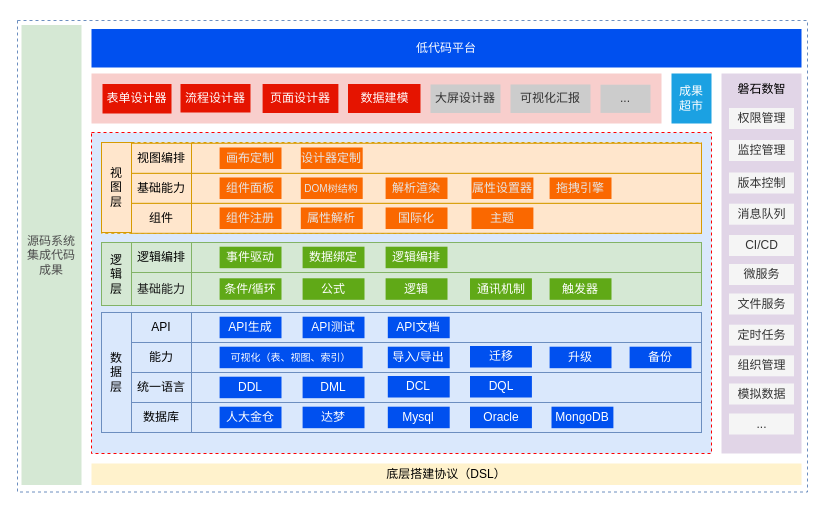
Above: 低代码—泳道图—研究内容.drawio in tangyaosimida/love (draw.io), before the change. Source tidied: cells renumbered, new cells numbered last; positions are measured from the earlier drawing's top-left corner, leaving out a move shared by most shapes. Both pictures are drawn from the tidied source at 100%, with x=0, y=0 at pixel (17, 20).
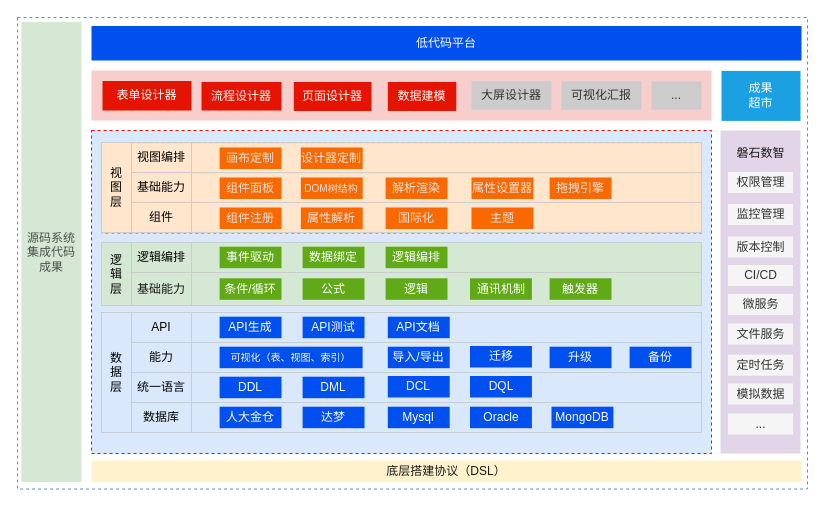
After the change.

Commit message (it also covers changes not shown here):
更新低代码—泳道图—研究内容.drawio

Diff of the diagram source:
```diff
@@
     <mxCell id="2" style="rounded=0;whiteSpace=wrap;html=1;dashed=1;fillColor=none;strokeColor=#6c8ebf;strokeWidth=1;" parent="1" vertex="1">
-      <mxGeometry width="790" height="471.5" as="geometry" />
+      <mxGeometry y="-3" width="790" height="471.5" as="geometry" />
     </mxCell>
     <mxCell id="3" style="rounded=0;whiteSpace=wrap;html=1;fillColor=#dae8fc;strokeColor=#FF0000;dashed=1;strokeWidth=1;" parent="1" vertex="1">
-      <mxGeometry x="74" y="112" width="620" height="321" as="geometry" />
+      <mxGeometry x="74" y="110" width="620" height="323" as="geometry" />
     </mxCell>
     <mxCell id="4" style="rounded=0;whiteSpace=wrap;html=1;fillColor=#f8cecc;strokeColor=none;" parent="1" vertex="1">
-      <mxGeometry x="74" y="53" width="570" height="50" as="geometry" />
+      <mxGeometry x="74" y="50" width="620" height="50" as="geometry" />
     </mxCell>
     <mxCell id="5" style="rounded=0;whiteSpace=wrap;html=1;strokeWidth=1;strokeColor=none;fillColor=#e1d5e7;" parent="1" vertex="1">
-      <mxGeometry x="704" y="53" width="80" height="380" as="geometry" />
+      <mxGeometry x="703" y="110" width="80" height="323" as="geometry" />
     </mxCell>
     <mxCell id="6" value="低代码平台" style="rounded=0;whiteSpace=wrap;html=1;fillColor=#0050ef;fontColor=#ffffff;strokeColor=none;" parent="1" vertex="1">
-      <mxGeometry x="74" y="8.5" width="710" height="38.5" as="geometry" />
+      <mxGeometry x="74" y="5.5" width="710" height="34.5" as="geometry" />
     </mxCell>
-    <mxCell id="7" value="底层搭建协议（DSL）" style="rounded=0;whiteSpace=wrap;html=1;fillColor=#fff2cc;strokeColor=none;" parent="1" vertex="1">
-      <mxGeometry x="74" y="443" width="710" height="21.5" as="geometry" />
+    <mxCell id="7" value="&lt;font color=&quot;#1a1a1a&quot;&gt;底层搭建协议（DSL）&lt;/font&gt;" style="rounded=0;whiteSpace=wrap;html=1;fillColor=#fff2cc;strokeColor=none;" parent="1" vertex="1">
+      <mxGeometry x="74" y="440" width="710" height="21.5" as="geometry" />
     </mxCell>
     <mxCell id="8" value="成果&lt;div&gt;超市&lt;/div&gt;" style="rounded=0;whiteSpace=wrap;html=1;fillColor=#1ba1e2;strokeColor=none;fontColor=#ffffff;dashed=1;strokeWidth=2;" parent="1" vertex="1">
-      <mxGeometry x="654" y="53" width="40" height="50" as="geometry" />
+      <mxGeometry x="704" y="50.4" width="79" height="50" as="geometry" />
     </mxCell>
     <mxCell id="9" value="大屏设计器" style="rounded=0;whiteSpace=wrap;html=1;fillColor=#CCCCCC;fontColor=#333333;strokeColor=none;" parent="1" vertex="1">
-      <mxGeometry x="413" y="64" width="70" height="28.5" as="geometry" />
+      <mxGeometry x="454" y="60.8" width="80" height="28.5" as="geometry" />
     </mxCell>
-    <mxCell id="10" value="磐石数智" style="text;html=1;align=center;verticalAlign=middle;whiteSpace=wrap;rounded=0;" parent="1" vertex="1">
-      <mxGeometry x="711.5" y="59.5" width="65" height="18.5" as="geometry" />
+    <mxCell id="10" value="&lt;font color=&quot;#1a1a1a&quot;&gt;磐石数智&lt;/font&gt;" style="text;html=1;align=center;verticalAlign=middle;whiteSpace=wrap;rounded=0;" parent="1" vertex="1">
+      <mxGeometry x="710.5" y="123.5" width="65" height="18.5" as="geometry" />
     </mxCell>
@@
     <mxCell id="14" value="数据建模" style="rounded=0;whiteSpace=wrap;html=1;fillColor=#e51400;fontColor=#ffffff;strokeColor=none;" parent="1" vertex="1">
-      <mxGeometry x="330.5" y="63.5" width="72.5" height="29" as="geometry" />
+      <mxGeometry x="370.3" y="61.5" width="68.5" height="29" as="geometry" />
     </mxCell>
     <mxCell id="15" value="可视化汇报" style="rounded=0;whiteSpace=wrap;html=1;fillColor=#CCCCCC;fontColor=#333333;strokeColor=none;" parent="1" vertex="1">
-      <mxGeometry x="493" y="64" width="80" height="28.5" as="geometry" />
+      <mxGeometry x="544" y="60.8" width="80" height="28.5" as="geometry" />
     </mxCell>
     <mxCell id="16" value="表单设计器" style="rounded=0;whiteSpace=wrap;html=1;fillColor=#e51400;fontColor=#ffffff;strokeColor=none;" parent="1" vertex="1">
-      <mxGeometry x="85" y="63.5" width="69" height="29.5" as="geometry" />
+      <mxGeometry x="85" y="60.5" width="89" height="29.5" as="geometry" />
     </mxCell>
     <mxCell id="17" value="流程设计器" style="rounded=0;whiteSpace=wrap;html=1;fillColor=#e51400;fontColor=#ffffff;strokeColor=none;" parent="1" vertex="1">
-      <mxGeometry x="163" y="63.5" width="70" height="28.5" as="geometry" />
+      <mxGeometry x="184" y="61.5" width="80" height="28.5" as="geometry" />
     </mxCell>
     <mxCell id="18" value="页面设计器" style="rounded=0;whiteSpace=wrap;html=1;fillColor=#e51400;fontColor=#ffffff;strokeColor=none;" parent="1" vertex="1">
-      <mxGeometry x="245.1" y="63.5" width="75.8" height="29" as="geometry" />
+      <mxGeometry x="276.3" y="61.5" width="77.7" height="29" as="geometry" />
     </mxCell>
     <mxCell id="19" value="&lt;font color=&quot;#4d4d4d&quot;&gt;源码系统集成代码成果&lt;/font&gt;" style="rounded=0;whiteSpace=wrap;html=1;fillColor=#d5e8d4;strokeColor=none;dashed=1;strokeWidth=2;" parent="1" vertex="1">
-      <mxGeometry x="4" y="4.5" width="60" height="460" as="geometry" />
+      <mxGeometry x="4" y="1.5" width="60" height="460" as="geometry" />
     </mxCell>
     <mxCell id="20" value="权限管理" style="rounded=0;whiteSpace=wrap;html=1;strokeColor=none;fillColor=#f5f5f5;fontColor=#333333;" parent="1" vertex="1">
-      <mxGeometry x="711.5" y="87.5" width="65" height="21" as="geometry" />
+      <mxGeometry x="710.5" y="151.5" width="65" height="21" as="geometry" />
     </mxCell>
     <mxCell id="21" value="监控管理" style="rounded=0;whiteSpace=wrap;html=1;strokeColor=none;fillColor=#f5f5f5;fontColor=#333333;" parent="1" vertex="1">
-      <mxGeometry x="711.5" y="119.5" width="65" height="21" as="geometry" />
+      <mxGeometry x="710.5" y="183.5" width="65" height="21" as="geometry" />
     </mxCell>
     <mxCell id="22" value="版本控制" style="rounded=0;whiteSpace=wrap;html=1;strokeColor=none;fillColor=#f5f5f5;fontColor=#333333;" parent="1" vertex="1">
-      <mxGeometry x="711.5" y="152" width="65" height="21" as="geometry" />
+      <mxGeometry x="710.5" y="216" width="65" height="21" as="geometry" />
     </mxCell>
-    <mxCell id="23" value="消息队列" style="rounded=0;whiteSpace=wrap;html=1;strokeColor=none;fillColor=#f5f5f5;fontColor=#333333;" parent="1" vertex="1">
-      <mxGeometry x="711.5" y="183.2" width="65" height="21" as="geometry" />
-    </mxCell>
     <mxCell id="24" value="CI/CD" style="rounded=0;whiteSpace=wrap;html=1;strokeColor=none;fillColor=#f5f5f5;fontColor=#333333;" parent="1" vertex="1">
-      <mxGeometry x="711.5" y="214.5" width="65" height="21" as="geometry" />
+      <mxGeometry x="710.5" y="244.5" width="65" height="21" as="geometry" />
     </mxCell>
     <mxCell id="25" value="微服务" style="rounded=0;whiteSpace=wrap;html=1;strokeColor=none;fillColor=#f5f5f5;fontColor=#333333;" parent="1" vertex="1">
-      <mxGeometry x="711.5" y="243.5" width="65" height="21" as="geometry" />
+      <mxGeometry x="710.5" y="273.5" width="65" height="21" as="geometry" />
     </mxCell>
     <mxCell id="26" value="文件服务" style="rounded=0;whiteSpace=wrap;html=1;strokeColor=none;fillColor=#f5f5f5;fontColor=#333333;" parent="1" vertex="1">
-      <mxGeometry x="711.5" y="273" width="65" height="21" as="geometry" />
+      <mxGeometry x="710.5" y="303" width="65" height="21" as="geometry" />
     </mxCell>
     <mxCell id="27" value="定时任务" style="rounded=0;whiteSpace=wrap;html=1;strokeColor=none;fillColor=#f5f5f5;fontColor=#333333;" parent="1" vertex="1">
-      <mxGeometry x="711.5" y="304.2" width="65" height="21" as="geometry" />
+      <mxGeometry x="710.5" y="334.2" width="65" height="21" as="geometry" />
     </mxCell>
-    <mxCell id="28" value="组织管理" style="rounded=0;whiteSpace=wrap;html=1;strokeColor=none;fillColor=#f5f5f5;fontColor=#333333;" parent="1" vertex="1">
-      <mxGeometry x="711.5" y="334.8" width="65" height="21" as="geometry" />
-    </mxCell>
     <mxCell id="29" value="模拟数据" style="rounded=0;whiteSpace=wrap;html=1;strokeColor=none;fillColor=#f5f5f5;fontColor=#333333;" parent="1" vertex="1">
-      <mxGeometry x="711.5" y="363" width="65" height="21" as="geometry" />
+      <mxGeometry x="710.5" y="363" width="65" height="21" as="geometry" />
     </mxCell>
     <mxCell id="30" value="..." style="rounded=0;whiteSpace=wrap;html=1;strokeColor=none;fillColor=#f5f5f5;fontColor=#333333;" parent="1" vertex="1">
-      <mxGeometry x="711.5" y="393" width="65" height="21" as="geometry" />
+      <mxGeometry x="710.5" y="393" width="65" height="21" as="geometry" />
     </mxCell>
-    <mxCell id="31" value="数&lt;div&gt;据&lt;/div&gt;&lt;div&gt;层&lt;/div&gt;" style="text;html=1;align=center;verticalAlign=middle;whiteSpace=wrap;rounded=0;fillColor=#dae8fc;strokeColor=#6c8ebf;" parent="1" vertex="1">
+    <mxCell id="31" value="数&lt;div&gt;据&lt;/div&gt;&lt;div&gt;层&lt;/div&gt;" style="text;html=1;align=center;verticalAlign=middle;whiteSpace=wrap;rounded=0;fillColor=#dae8fc;strokeColor=#CCCCCC;" parent="1" vertex="1">
       <mxGeometry x="84" y="292" width="30" height="120" as="geometry" />
     </mxCell>
     <mxCell id="32" value="..." style="rounded=0;whiteSpace=wrap;html=1;fillColor=#CCCCCC;fontColor=#333333;strokeColor=none;" parent="1" vertex="1">
-      <mxGeometry x="583" y="64.2" width="50" height="28.2" as="geometry" />
+      <mxGeometry x="634" y="60.9" width="50" height="28.2" as="geometry" />
     </mxCell>
-    <mxCell id="33" style="rounded=0;whiteSpace=wrap;html=1;fillColor=#dae8fc;strokeColor=#6c8ebf;" parent="1" vertex="1">
+    <mxCell id="33" style="rounded=0;whiteSpace=wrap;html=1;fillColor=#dae8fc;strokeColor=#CCCCCC;" parent="1" vertex="1">
       <mxGeometry x="174" y="322" width="510" height="30" as="geometry" />
     </mxCell>
-    <mxCell id="34" style="rounded=0;whiteSpace=wrap;html=1;fillColor=#dae8fc;strokeColor=#6c8ebf;" parent="1" vertex="1">
+    <mxCell id="34" style="rounded=0;whiteSpace=wrap;html=1;fillColor=#dae8fc;strokeColor=#CCCCCC;" parent="1" vertex="1">
       <mxGeometry x="174" y="352" width="510" height="30" as="geometry" />
     </mxCell>
-    <mxCell id="35" value="数据库" style="rounded=0;whiteSpace=wrap;html=1;fillColor=#dae8fc;strokeColor=#6c8ebf;" parent="1" vertex="1">
+    <mxCell id="35" value="数据库" style="rounded=0;whiteSpace=wrap;html=1;fillColor=#dae8fc;strokeColor=#CCCCCC;" parent="1" vertex="1">
       <mxGeometry x="114" y="382" width="60" height="30" as="geometry" />
     </mxCell>
-    <mxCell id="36" style="rounded=0;whiteSpace=wrap;html=1;fillColor=#dae8fc;strokeColor=#6c8ebf;" parent="1" vertex="1">
+    <mxCell id="36" style="rounded=0;whiteSpace=wrap;html=1;fillColor=#dae8fc;strokeColor=#CCCCCC;" parent="1" vertex="1">
       <mxGeometry x="174" y="292" width="510" height="30" as="geometry" />
     </mxCell>
-    <mxCell id="37" style="rounded=0;whiteSpace=wrap;html=1;fillColor=#dae8fc;strokeColor=#6c8ebf;" parent="1" vertex="1">
+    <mxCell id="37" style="rounded=0;whiteSpace=wrap;html=1;fillColor=#dae8fc;strokeColor=#CCCCCC;" parent="1" vertex="1">
       <mxGeometry x="174" y="382" width="510" height="30" as="geometry" />
     </mxCell>
-    <mxCell id="38" value="统一语言" style="rounded=0;whiteSpace=wrap;html=1;fillColor=#dae8fc;strokeColor=#6c8ebf;" parent="1" vertex="1">
+    <mxCell id="38" value="统一语言" style="rounded=0;whiteSpace=wrap;html=1;fillColor=#dae8fc;strokeColor=#CCCCCC;" parent="1" vertex="1">
       <mxGeometry x="114" y="352" width="60" height="30" as="geometry" />
     </mxCell>
-    <mxCell id="39" value="能力" style="rounded=0;whiteSpace=wrap;html=1;fillColor=#dae8fc;strokeColor=#6c8ebf;" parent="1" vertex="1">
+    <mxCell id="39" value="能力" style="rounded=0;whiteSpace=wrap;html=1;fillColor=#dae8fc;strokeColor=#CCCCCC;" parent="1" vertex="1">
       <mxGeometry x="114" y="322" width="60" height="30" as="geometry" />
     </mxCell>
-    <mxCell id="40" value="API" style="rounded=0;whiteSpace=wrap;html=1;fillColor=#dae8fc;strokeColor=#6c8ebf;" parent="1" vertex="1">
+    <mxCell id="40" value="API" style="rounded=0;whiteSpace=wrap;html=1;fillColor=#dae8fc;strokeColor=#CCCCCC;" parent="1" vertex="1">
       <mxGeometry x="114" y="292" width="60" height="30" as="geometry" />
     </mxCell>
@@
-    <mxCell id="58" value="逻&lt;div&gt;辑&lt;/div&gt;&lt;div&gt;层&lt;/div&gt;" style="text;html=1;align=center;verticalAlign=middle;whiteSpace=wrap;rounded=0;fillColor=none;strokeColor=#82b366;" parent="1" vertex="1">
+    <mxCell id="58" value="逻&lt;div&gt;辑&lt;/div&gt;&lt;div&gt;层&lt;/div&gt;" style="text;html=1;align=center;verticalAlign=middle;whiteSpace=wrap;rounded=0;fillColor=none;strokeColor=#CCCCCC;" parent="1" vertex="1">
       <mxGeometry x="84" y="222" width="30" height="63" as="geometry" />
     </mxCell>
-    <mxCell id="59" style="rounded=0;whiteSpace=wrap;html=1;fillColor=#d5e8d4;strokeColor=#82b366;" parent="1" vertex="1">
+    <mxCell id="59" style="rounded=0;whiteSpace=wrap;html=1;fillColor=#d5e8d4;strokeColor=#CCCCCC;" parent="1" vertex="1">
       <mxGeometry x="174" y="222" width="510" height="30" as="geometry" />
     </mxCell>
-    <mxCell id="60" style="rounded=0;whiteSpace=wrap;html=1;fillColor=#d5e8d4;strokeColor=#82b366;" parent="1" vertex="1">
+    <mxCell id="60" style="rounded=0;whiteSpace=wrap;html=1;fillColor=#d5e8d4;strokeColor=#CCCCCC;" parent="1" vertex="1">
       <mxGeometry x="174" y="252" width="510" height="33" as="geometry" />
     </mxCell>
-    <mxCell id="61" value="&lt;font color=&quot;#1a1a1a&quot;&gt;基础能力&lt;/font&gt;" style="rounded=0;whiteSpace=wrap;html=1;fillColor=#d5e8d4;strokeColor=#82b366;fontColor=#E6E6E6;" parent="1" vertex="1">
+    <mxCell id="61" value="&lt;font color=&quot;#1a1a1a&quot;&gt;基础能力&lt;/font&gt;" style="rounded=0;whiteSpace=wrap;html=1;fillColor=#d5e8d4;strokeColor=#CCCCCC;fontColor=#E6E6E6;" parent="1" vertex="1">
       <mxGeometry x="114" y="252" width="60" height="33" as="geometry" />
     </mxCell>
-    <mxCell id="62" value="逻辑编排" style="rounded=0;whiteSpace=wrap;html=1;fillColor=#d5e8d4;strokeColor=#82b366;" parent="1" vertex="1">
+    <mxCell id="62" value="逻辑编排" style="rounded=0;whiteSpace=wrap;html=1;fillColor=#d5e8d4;strokeColor=#CCCCCC;" parent="1" vertex="1">
       <mxGeometry x="114" y="222" width="60" height="30" as="geometry" />
     </mxCell>
@@
-    <mxCell id="71" value="视&lt;div&gt;图&lt;/div&gt;&lt;div&gt;层&lt;/div&gt;" style="text;html=1;align=center;verticalAlign=middle;whiteSpace=wrap;rounded=0;fillColor=#ffe6cc;strokeColor=#d79b00;" parent="1" vertex="1">
+    <mxCell id="71" value="视&lt;div&gt;图&lt;/div&gt;&lt;div&gt;层&lt;/div&gt;" style="text;html=1;align=center;verticalAlign=middle;whiteSpace=wrap;rounded=0;fillColor=#ffe6cc;strokeColor=#CCCCCC;" parent="1" vertex="1">
       <mxGeometry x="84" y="122" width="30" height="90" as="geometry" />
     </mxCell>
-    <mxCell id="72" value="组件" style="rounded=0;whiteSpace=wrap;html=1;fillColor=#ffe6cc;strokeColor=#d79b00;" parent="1" vertex="1">
-      <mxGeometry x="114" y="182.8" width="60" height="30" as="geometry" />
+    <mxCell id="72" value="组件" style="rounded=0;whiteSpace=wrap;html=1;fillColor=#ffe6cc;strokeColor=#CCCCCC;" parent="1" vertex="1">
+      <mxGeometry x="114" y="182" width="60" height="30" as="geometry" />
     </mxCell>
-    <mxCell id="73" value="基础能力" style="rounded=0;whiteSpace=wrap;html=1;fillColor=#ffe6cc;strokeColor=#d79b00;" parent="1" vertex="1">
-      <mxGeometry x="114" y="152.8" width="60" height="30" as="geometry" />
+    <mxCell id="73" value="基础能力" style="rounded=0;whiteSpace=wrap;html=1;fillColor=#ffe6cc;strokeColor=#CCCCCC;" parent="1" vertex="1">
+      <mxGeometry x="114" y="152.1" width="60" height="29.8" as="geometry" />
     </mxCell>
-    <mxCell id="74" value="视图编排" style="rounded=0;whiteSpace=wrap;html=1;fillColor=#ffe6cc;strokeColor=#d79b00;" parent="1" vertex="1">
-      <mxGeometry x="114" y="122.8" width="60" height="30" as="geometry" />
+    <mxCell id="74" value="视图编排" style="rounded=0;whiteSpace=wrap;html=1;fillColor=#ffe6cc;strokeColor=#CCCCCC;" parent="1" vertex="1">
+      <mxGeometry x="114" y="122.2" width="60" height="29.8" as="geometry" />
     </mxCell>
-    <mxCell id="75" style="rounded=0;whiteSpace=wrap;html=1;fillColor=#ffe6cc;strokeColor=#d79b00;" parent="1" vertex="1">
-      <mxGeometry x="174" y="182.8" width="510" height="30" as="geometry" />
+    <mxCell id="75" style="rounded=0;whiteSpace=wrap;html=1;fillColor=#ffe6cc;strokeColor=#CCCCCC;" parent="1" vertex="1">
+      <mxGeometry x="174" y="181.9" width="510" height="30" as="geometry" />
     </mxCell>
-    <mxCell id="76" style="rounded=0;whiteSpace=wrap;html=1;fillColor=#ffe6cc;strokeColor=#d79b00;" parent="1" vertex="1">
-      <mxGeometry x="174" y="152.8" width="510" height="30" as="geometry" />
+    <mxCell id="76" style="rounded=0;whiteSpace=wrap;html=1;fillColor=#ffe6cc;strokeColor=#CCCCCC;" parent="1" vertex="1">
+      <mxGeometry x="174" y="151.9" width="510" height="30" as="geometry" />
     </mxCell>
-    <mxCell id="77" style="rounded=0;whiteSpace=wrap;html=1;fillColor=#ffe6cc;strokeColor=#d79b00;" parent="1" vertex="1">
-      <mxGeometry x="174" y="122.8" width="510" height="30" as="geometry" />
+    <mxCell id="77" style="rounded=0;whiteSpace=wrap;html=1;fillColor=#ffe6cc;strokeColor=#CCCCCC;" parent="1" vertex="1">
+      <mxGeometry x="174" y="122.2" width="510" height="30" as="geometry" />
     </mxCell>
```
